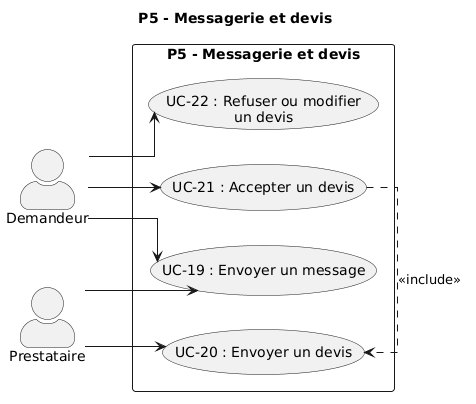
Before: images/diagramme_cu_p5.png, a diagram exported from PlantUML (KazeHolloway/Projet_LaTex). The source it was exported from:
```plantuml
@startuml
title P5 - Messagerie et devis

left to right direction
skinparam actorStyle awesome
skinparam linetype ortho

actor "Demandeur" as demandeur
actor "Prestataire" as prestataire

rectangle "P5 - Messagerie et devis" {
  usecase "UC-19 : Envoyer un message" as UC19
  usecase "UC-20 : Envoyer un devis" as UC20
  usecase "UC-21 : Accepter un devis" as UC21
  usecase "UC-22 : Refuser ou modifier\nun devis" as UC22
}

UC21 .> UC20 : <<include>>

demandeur --> UC19
demandeur --> UC21
demandeur --> UC22

prestataire --> UC19
prestataire --> UC20
@enduml
```
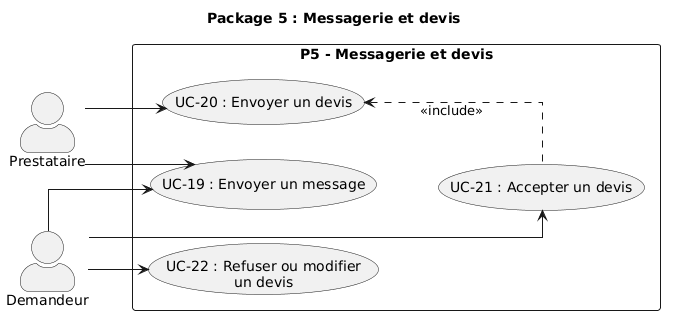
After the change.

Diff of the diagram source:
```diff
@@ -1,5 +1,5 @@
 @startuml
-title P5 - Messagerie et devis
+title Package 5 : Messagerie et devis
 
 left to right direction
 skinparam actorStyle awesome
@@ -15,7 +15,7 @@
   usecase "UC-22 : Refuser ou modifier\nun devis" as UC22
 }
 
-UC21 .> UC20 : <<include>>
+UC21 .up.> UC20 : <<include>>
 
 demandeur --> UC19
 demandeur --> UC21
```
